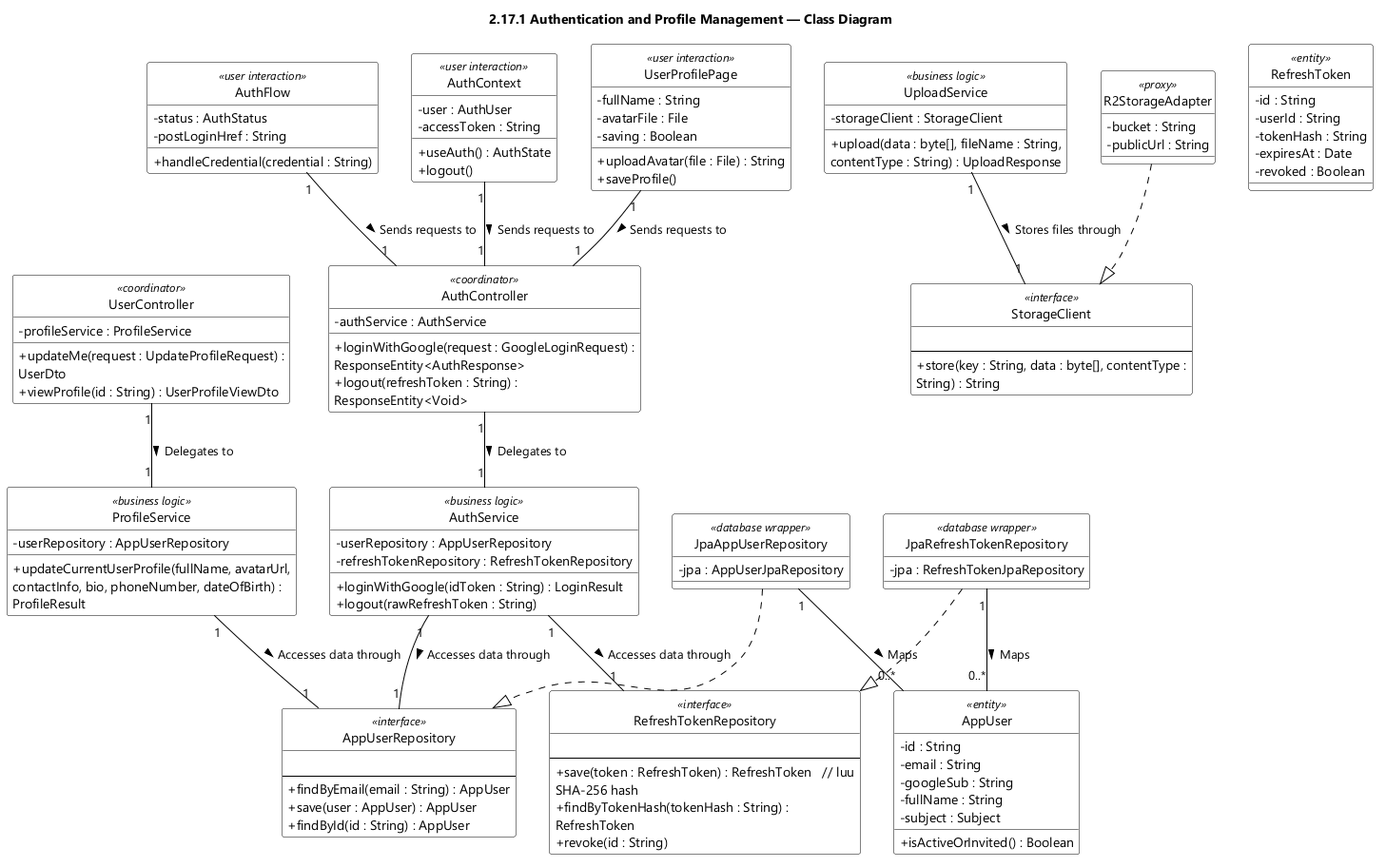
Above: designs/sds-diagrams/feat17/feat17-class-diagram.png in EduA-system/EduA-system (PlantUML), before the change. Source of this version:
```plantuml
@startuml feat17 Authentication and Profile Management - Class Diagram
skinparamlocked dpi 96
skinparam defaultFontName "Segoe UI"
skinparam shadowing false
skinparam wrapWidth 320
skinparam classBackgroundColor #FFFFFF
skinparam classBorderColor #000000
skinparam ArrowColor #000000
skinparam classAttributeIconSize 0
hide circle
title 2.17.1 Authentication and Profile Management — Class Diagram
class AuthFlow <<user interaction>> {
  - status : AuthStatus
  - postLoginHref : String
  + handleCredential(credential : String)
}

class AuthController <<coordinator>> {
  - authService : AuthService
  + loginWithGoogle(request : GoogleLoginRequest) : ResponseEntity<AuthResponse>
  + logout(refreshToken : String) : ResponseEntity<Void>
}

class AuthService <<business logic>> {
  - userRepository : AppUserRepository
  - refreshTokenRepository : RefreshTokenRepository
  + loginWithGoogle(idToken : String) : LoginResult
  + logout(rawRefreshToken : String)
}

class AppUserRepository <<interface>> {
  {field}
  --
  + findByEmail(email : String) : AppUser
  + save(user : AppUser) : AppUser
  + findById(id : String) : AppUser
}

class RefreshTokenRepository <<interface>> {
  {field}
  --
  + save(token : RefreshToken) : RefreshToken   // luu SHA-256 hash
  + findByTokenHash(tokenHash : String) : RefreshToken
  + revoke(id : String)
}

class AuthContext <<user interaction>> {
  - user : AuthUser
  - accessToken : String
  + useAuth() : AuthState
  + logout()
}

class UserProfilePage <<user interaction>> {
  - fullName : String
  - avatarFile : File
  - saving : Boolean
  + uploadAvatar(file : File) : String
  + saveProfile()
}

class UploadService <<business logic>> {
  - storageClient : StorageClient
  + upload(data : byte[], fileName : String, contentType : String) : UploadResponse
}

class StorageClient <<interface>> {
  {field}
  --
  + store(key : String, data : byte[], contentType : String) : String
}

class UserController <<coordinator>> {
  - profileService : ProfileService
  + updateMe(request : UpdateProfileRequest) : UserDto
  + viewProfile(id : String) : UserProfileViewDto
}

class ProfileService <<business logic>> {
  - userRepository : AppUserRepository
  + updateCurrentUserProfile(fullName, avatarUrl, contactInfo, bio, phoneNumber, dateOfBirth) : ProfileResult
}

class JpaAppUserRepository <<database wrapper>> {
  - jpa : AppUserJpaRepository
}

class JpaRefreshTokenRepository <<database wrapper>> {
  - jpa : RefreshTokenJpaRepository
}

class R2StorageAdapter <<proxy>> {
  - bucket : String
  - publicUrl : String
}

class AppUser <<entity>> {
  - id : String
  - email : String
  - googleSub : String
  - fullName : String
  - subject : Subject
  + isActiveOrInvited() : Boolean
}

class RefreshToken <<entity>> {
  - id : String
  - userId : String
  - tokenHash : String
  - expiresAt : Date
  - revoked : Boolean
}

AuthController "1" -- "1" AuthService : Delegates to >
AuthService "1" -- "1" AppUserRepository : Accesses data through >
AuthService "1" -- "1" RefreshTokenRepository : Accesses data through >
UploadService "1" -- "1" StorageClient : Stores files through >
UserController "1" -- "1" ProfileService : Delegates to >
ProfileService "1" -- "1" AppUserRepository : Accesses data through >
AuthFlow "1" -- "1" AuthController : Sends requests to >
AuthContext "1" -- "1" AuthController : Sends requests to >
UserProfilePage "1" -- "1" AuthController : Sends requests to >
JpaRefreshTokenRepository ..|> RefreshTokenRepository
R2StorageAdapter ..|> StorageClient
JpaAppUserRepository ..|> AppUserRepository
JpaAppUserRepository "1" -- "0..*" AppUser : Maps >
JpaRefreshTokenRepository "1" -- "0..*" AppUser : Maps >

@enduml
```
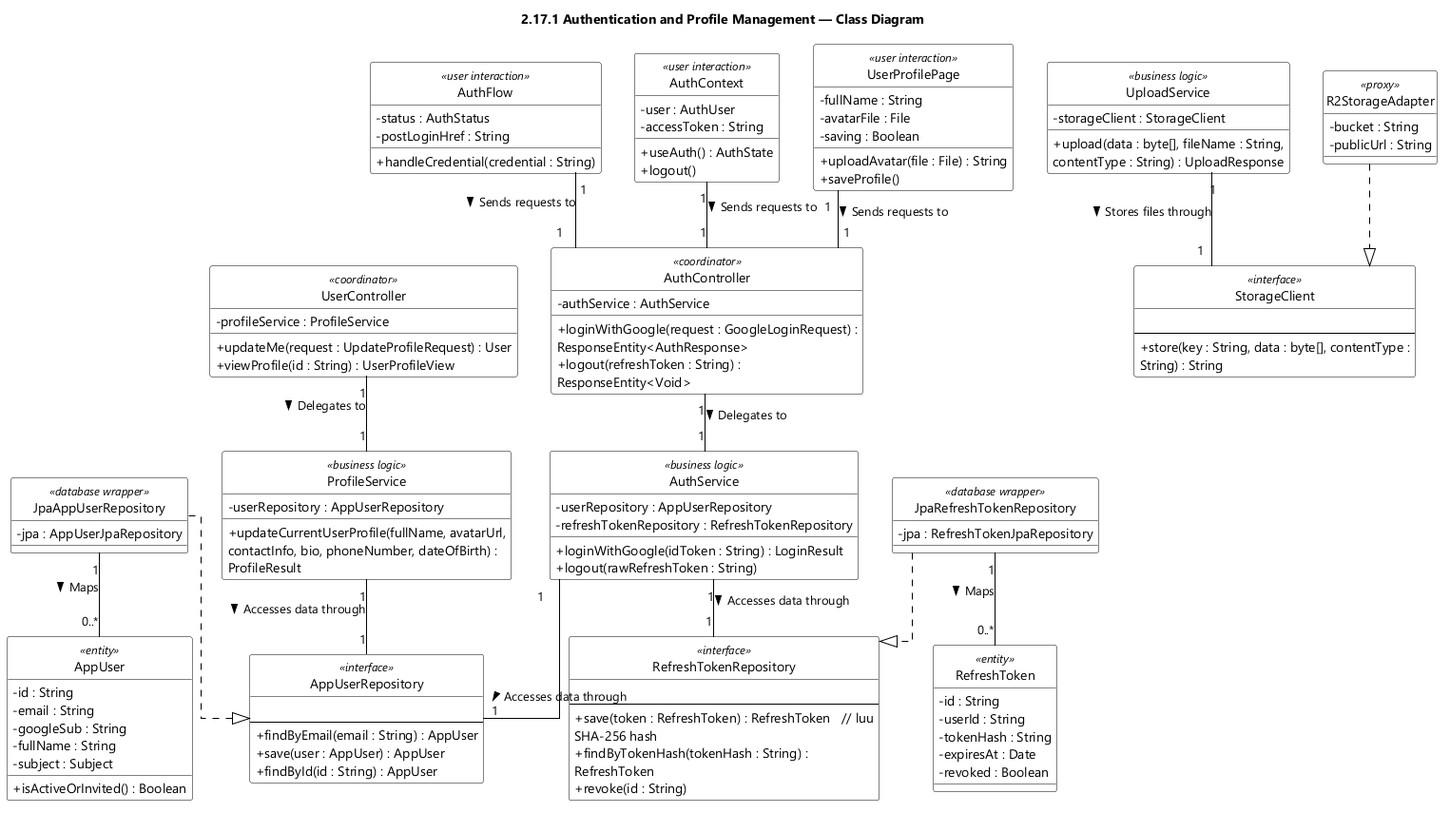
Later version of the same file.

Change to the diagram source:
```diff
@@ -7,6 +7,7 @@
 skinparam classBorderColor #000000
 skinparam ArrowColor #000000
 skinparam classAttributeIconSize 0
+skinparam linetype ortho
 hide circle
 title 2.17.1 Authentication and Profile Management — Class Diagram
 class AuthFlow <<user interaction>> {
@@ -72,8 +73,8 @@
 
 class UserController <<coordinator>> {
   - profileService : ProfileService
-  + updateMe(request : UpdateProfileRequest) : UserDto
-  + viewProfile(id : String) : UserProfileViewDto
+  + updateMe(request : UpdateProfileRequest) : User
+  + viewProfile(id : String) : UserProfileView
 }
 
 class ProfileService <<business logic>> {
@@ -124,6 +125,6 @@
 R2StorageAdapter ..|> StorageClient
 JpaAppUserRepository ..|> AppUserRepository
 JpaAppUserRepository "1" -- "0..*" AppUser : Maps >
-JpaRefreshTokenRepository "1" -- "0..*" AppUser : Maps >
+JpaRefreshTokenRepository "1" -- "0..*" RefreshToken : Maps >
 
 @enduml
```
